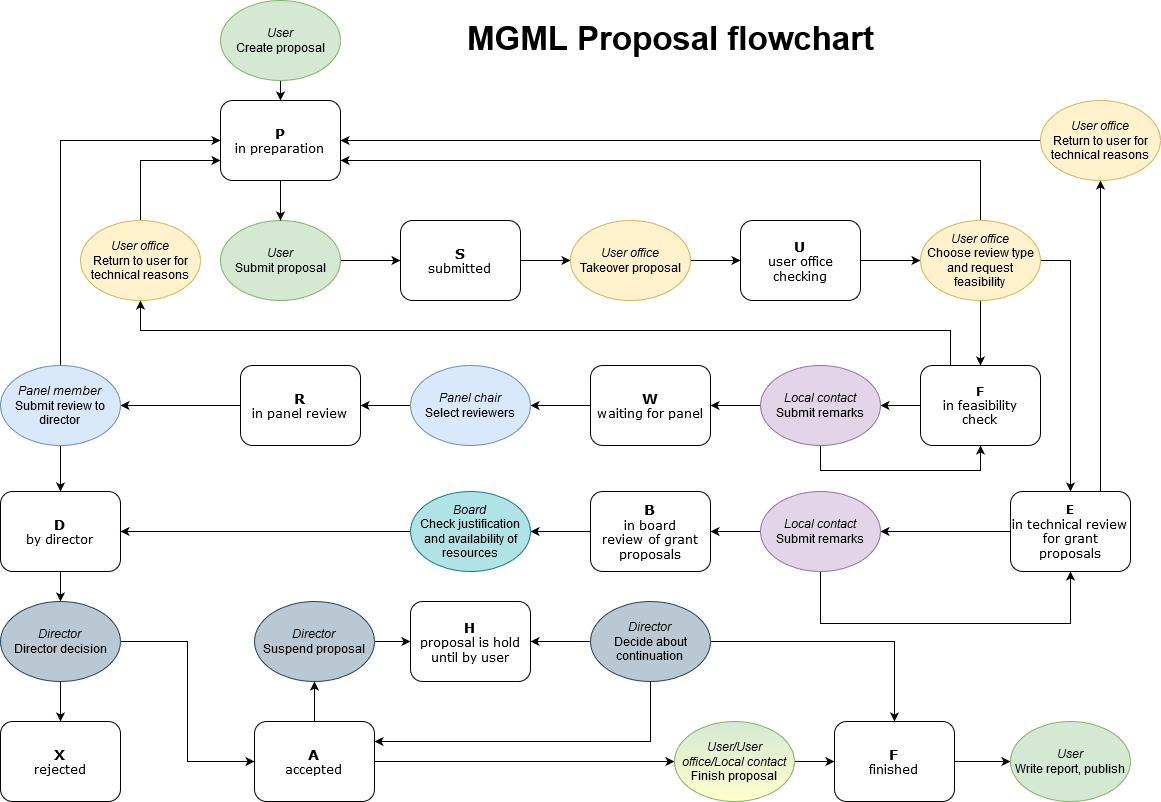
me2d09/prius keeps this draw.io diagram as mgml-proposal-flowchart.png. Above is the earlier version. Source tidied: cells renumbered, new cells last; positions are measured from the earlier drawing's top-left corner, leaving out a move shared by most shapes.
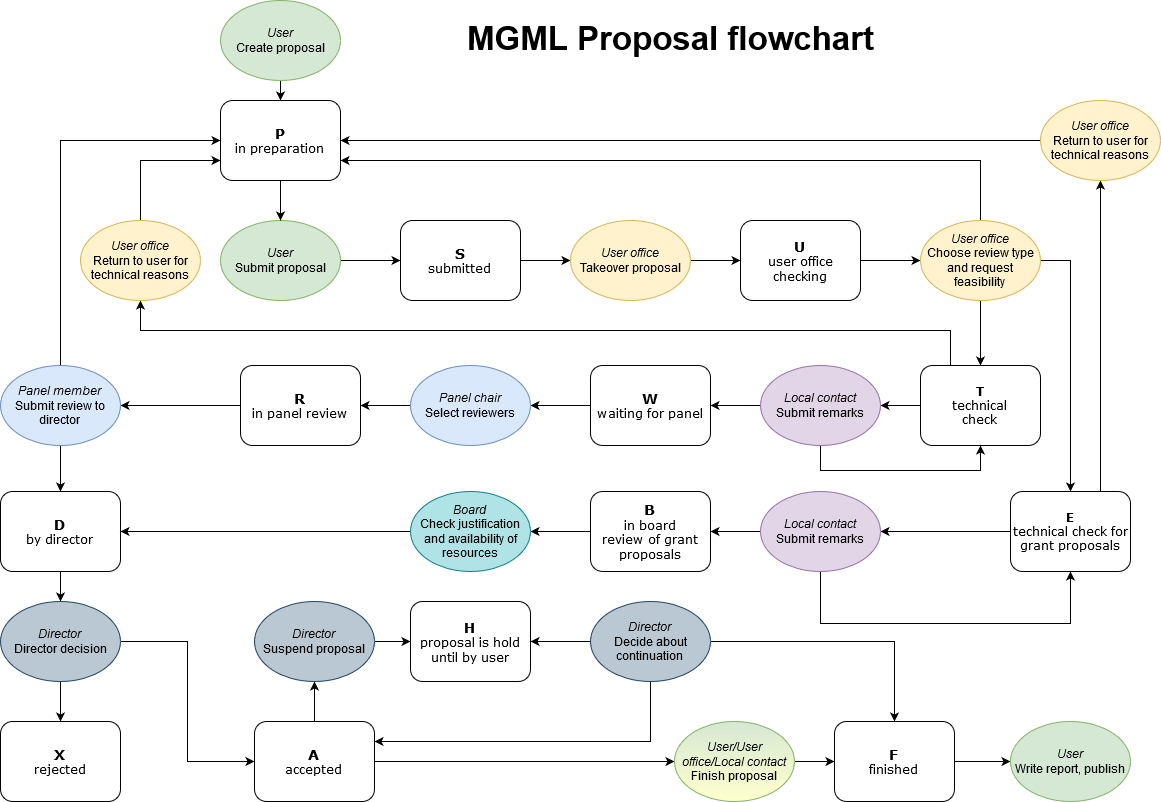
The same file after the commit.

Commit message:
[FIX] smal changes in diagram

Diff of the diagram source:
```diff
@@ -52,7 +52,7 @@
         </Array>
       </mxGeometry>
     </mxCell>
-    <mxCell id="17" value="&lt;b&gt;F&lt;/b&gt;&lt;br&gt;in feasibility &lt;br&gt;check" style="rounded=1;whiteSpace=wrap;html=1;shadow=0;labelBackgroundColor=none;strokeColor=#000000;strokeWidth=1;fillColor=#ffffff;fontFamily=Verdana;fontSize=12;fontColor=#000000;align=center;" parent="1" vertex="1">
+    <mxCell id="17" value="&lt;b&gt;T&lt;/b&gt;&lt;br&gt;technical&lt;br&gt;check" style="rounded=1;whiteSpace=wrap;html=1;shadow=0;labelBackgroundColor=none;strokeColor=#000000;strokeWidth=1;fillColor=#ffffff;fontFamily=Verdana;fontSize=12;fontColor=#000000;align=center;" parent="1" vertex="1">
       <mxGeometry x="920" y="365" width="120" height="80" as="geometry" />
     </mxCell>
     <mxCell id="18" style="edgeStyle=orthogonalEdgeStyle;rounded=0;html=1;jettySize=auto;" parent="1" edge="1" source="19" target="34">
@@ -178,7 +178,7 @@
         </Array>
       </mxGeometry>
     </mxCell>
-    <mxCell id="51" value="&lt;b&gt;E&lt;/b&gt;&lt;br&gt;in technical review for grant proposals" style="rounded=1;whiteSpace=wrap;html=1;shadow=0;labelBackgroundColor=none;strokeColor=#000000;strokeWidth=1;fillColor=#ffffff;fontFamily=Verdana;fontSize=12;fontColor=#000000;align=center;" parent="1" vertex="1">
+    <mxCell id="51" value="&lt;b&gt;E&lt;/b&gt;&lt;br&gt;technical check for grant proposals" style="rounded=1;whiteSpace=wrap;html=1;shadow=0;labelBackgroundColor=none;strokeColor=#000000;strokeWidth=1;fillColor=#ffffff;fontFamily=Verdana;fontSize=12;fontColor=#000000;align=center;" parent="1" vertex="1">
       <mxGeometry x="1010" y="491" width="120" height="80" as="geometry" />
     </mxCell>
     <mxCell id="52" style="edgeStyle=orthogonalEdgeStyle;rounded=0;jettySize=auto;html=1;entryX=0.5;entryY=1;entryDx=0;entryDy=0;" parent="1" edge="1" source="54" target="51">
```
